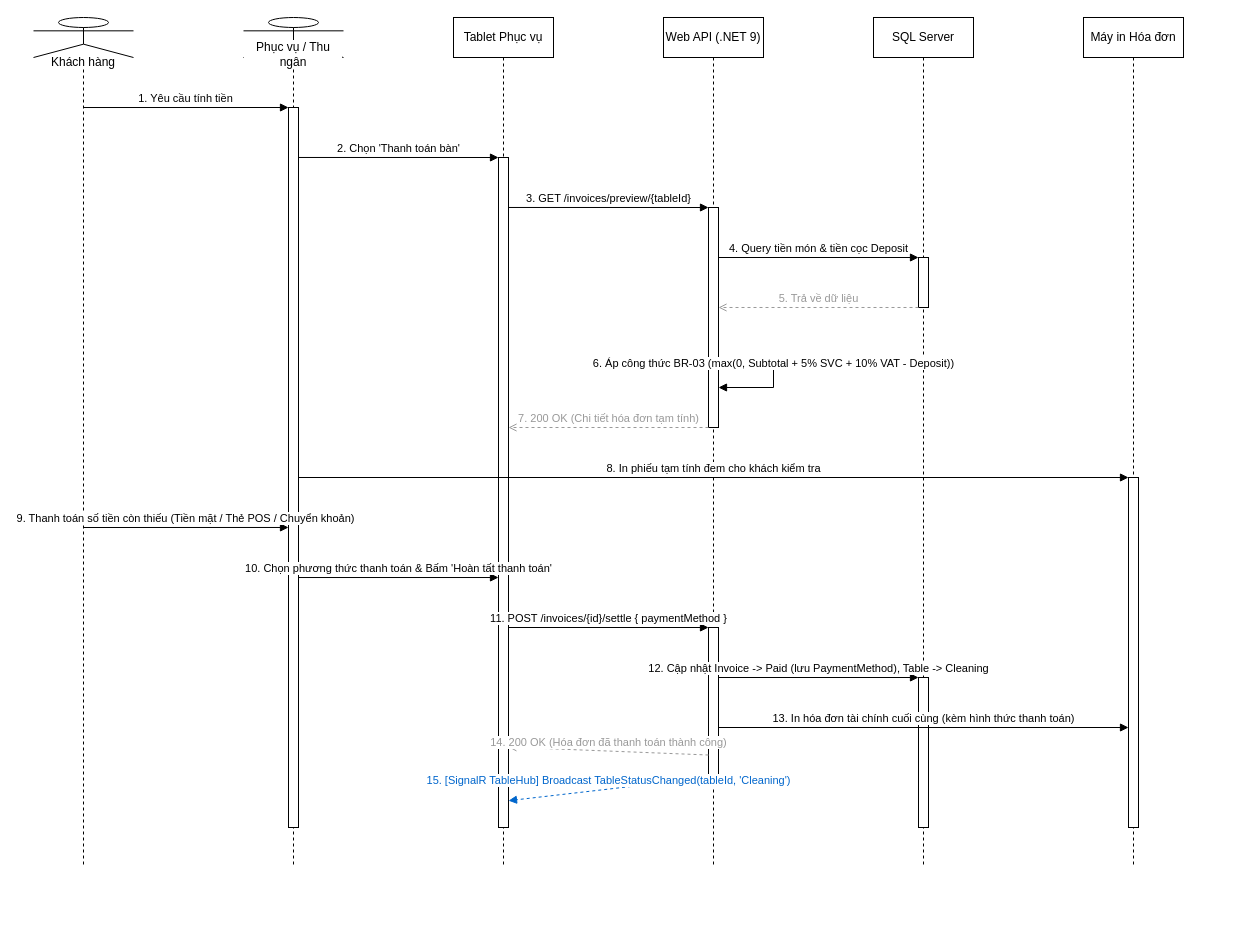
AndrewQng/VinDining keeps this draw.io diagram as docs/phase1/drawio/sd04_invoice_settlement.drawio. Above is the earlier version. Source tidied: cells renumbered, new cells numbered last; positions are measured from the earlier drawing's top-left corner, leaving out a move shared by most shapes. Both pictures are drawn from the tidied source at 100%, with x=0, y=0 at pixel (33, 17).
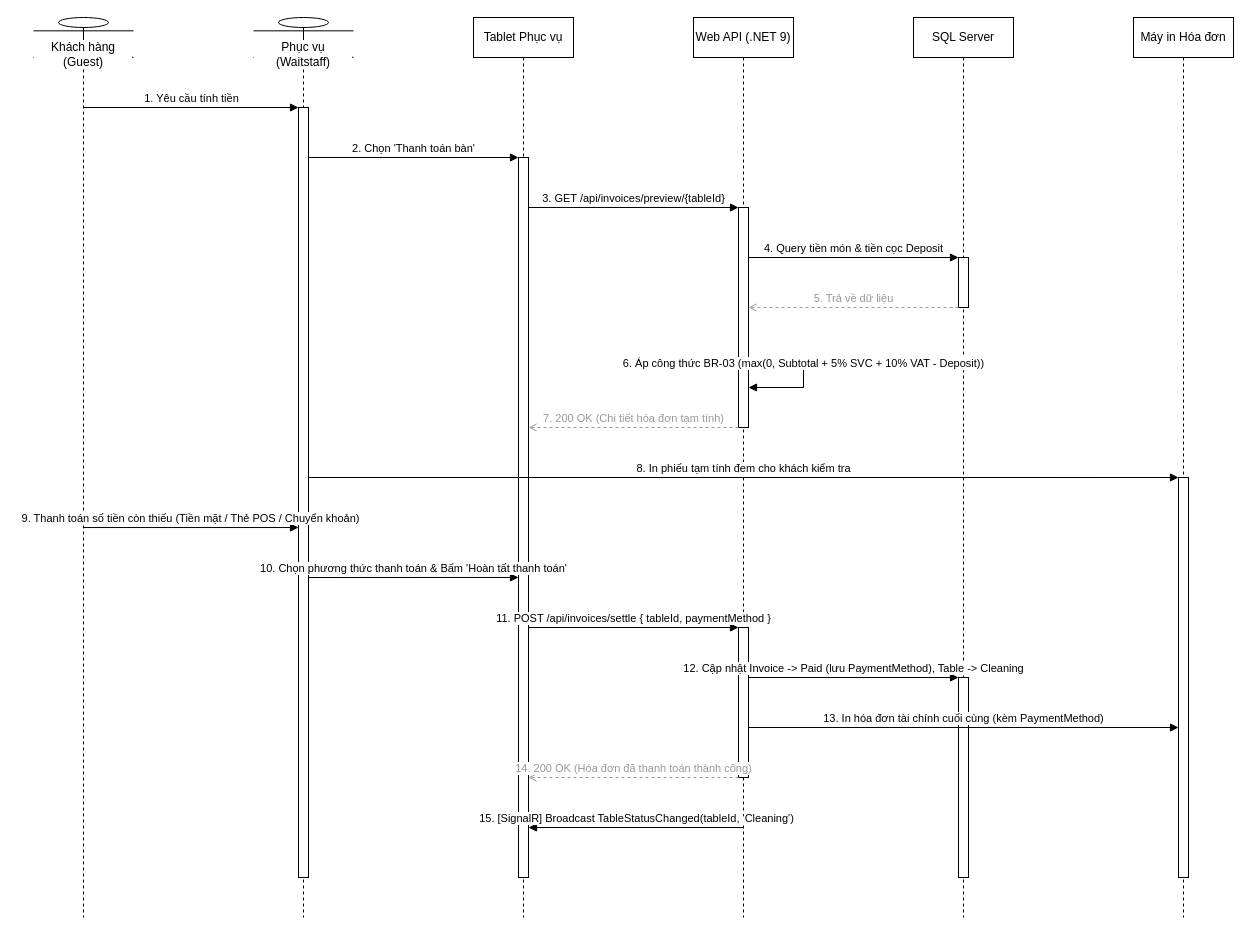
Above is the later version.

Unchanged cells that the change refers to:
```xml
<mxCell id="9" style="html=1;points=[];perimeter=orthogonalPerimeter;outlineConnect=0;fillColor=#ffffff;" parent="5" vertex="1">
  <mxGeometry x="45" y="190" width="10" height="220" as="geometry" />
</mxCell>
<mxCell id="10" style="html=1;points=[];perimeter=orthogonalPerimeter;outlineConnect=0;fillColor=#ffffff;" parent="5" vertex="1">
  <mxGeometry x="45" y="610" width="10" height="150" as="geometry" />
</mxCell>
```

What changed in the source:
```diff
@@
-    <mxCell id="2" value="Khách hàng" style="shape=umlLifeline;perimeter=lifelinePerimeter;whiteSpace=wrap;html=1;outlineConnect=0;portConstraint=eastwest;size=40;participant=umlActor;verticalAlign=bottom;spacingBottom=-14;labelBackgroundColor=#ffffff;" parent="1" vertex="1">
-      <mxGeometry width="100" height="850" as="geometry" />
+    <mxCell id="2" value="Khách hàng (Guest)" style="shape=umlLifeline;perimeter=lifelinePerimeter;whiteSpace=wrap;html=1;outlineConnect=0;portConstraint=eastwest;size=40;participant=umlActor;verticalAlign=bottom;spacingBottom=-14;labelBackgroundColor=#ffffff;" parent="1" vertex="1">
+      <mxGeometry width="100" height="900" as="geometry" />
     </mxCell>
-    <mxCell id="3" value="Phục vụ / Thu ngân" style="shape=umlLifeline;perimeter=lifelinePerimeter;whiteSpace=wrap;html=1;size=40;participant=umlActor;verticalAlign=bottom;spacingBottom=-14;labelBackgroundColor=#ffffff;" parent="1" vertex="1">
-      <mxGeometry x="210" width="100" height="850" as="geometry" />
+    <mxCell id="3" value="Phục vụ (Waitstaff)" style="shape=umlLifeline;perimeter=lifelinePerimeter;whiteSpace=wrap;html=1;size=40;participant=umlActor;verticalAlign=bottom;spacingBottom=-14;labelBackgroundColor=#ffffff;" parent="1" vertex="1">
+      <mxGeometry x="220" width="100" height="900" as="geometry" />
     </mxCell>
     <mxCell id="4" value="Tablet Phục vụ" style="shape=umlLifeline;perimeter=lifelinePerimeter;whiteSpace=wrap;html=1;size=40;" parent="1" vertex="1">
-      <mxGeometry x="420" width="100" height="850" as="geometry" />
+      <mxGeometry x="440" width="100" height="900" as="geometry" />
     </mxCell>
     <mxCell id="5" value="Web API (.NET 9)" style="shape=umlLifeline;perimeter=lifelinePerimeter;whiteSpace=wrap;html=1;outlineConnect=0;portConstraint=eastwest;size=40;" parent="1" vertex="1">
-      <mxGeometry x="630" width="100" height="850" as="geometry" />
+      <mxGeometry x="660" width="100" height="900" as="geometry" />
     </mxCell>
     <mxCell id="6" value="SQL Server" style="shape=umlLifeline;perimeter=lifelinePerimeter;whiteSpace=wrap;html=1;size=40;" parent="1" vertex="1">
-      <mxGeometry x="840" width="100" height="850" as="geometry" />
+      <mxGeometry x="880" width="100" height="900" as="geometry" />
     </mxCell>
     <mxCell id="7" value="Máy in Hóa đơn" style="shape=umlLifeline;perimeter=lifelinePerimeter;whiteSpace=wrap;html=1;size=40;" parent="1" vertex="1">
-      <mxGeometry x="1050" width="100" height="850" as="geometry" />
+      <mxGeometry x="1100" width="100" height="900" as="geometry" />
     </mxCell>
@@
     <mxCell id="11" style="html=1;points=[];perimeter=orthogonalPerimeter;outlineConnect=0;fillColor=#ffffff;" parent="3" vertex="1">
-      <mxGeometry x="45" y="90" width="10" height="720" as="geometry" />
+      <mxGeometry x="45" y="90" width="10" height="770" as="geometry" />
     </mxCell>
     <mxCell id="12" style="html=1;points=[];perimeter=orthogonalPerimeter;outlineConnect=0;fillColor=#ffffff;" parent="4" vertex="1">
-      <mxGeometry x="45" y="140" width="10" height="670" as="geometry" />
+      <mxGeometry x="45" y="140" width="10" height="720" as="geometry" />
     </mxCell>
     <mxCell id="13" style="html=1;points=[];perimeter=orthogonalPerimeter;outlineConnect=0;fillColor=#ffffff;" parent="7" vertex="1">
-      <mxGeometry x="45" y="460" width="10" height="350" as="geometry" />
+      <mxGeometry x="45" y="460" width="10" height="400" as="geometry" />
     </mxCell>
     <mxCell id="14" style="html=1;points=[];perimeter=orthogonalPerimeter;outlineConnect=0;fillColor=#ffffff;" parent="6" vertex="1">
-      <mxGeometry x="45" y="660" width="10" height="150" as="geometry" />
+      <mxGeometry x="45" y="660" width="10" height="200" as="geometry" />
     </mxCell>
-    <mxCell id="15" value="1. Yêu cầu tính tiền" style="html=1;verticalAlign=bottom;endArrow=block;curved=0;rounded=0;exitX=0.5;exitY=0.1059;entryX=0;entryY=0.0;" parent="1" edge="1" source="2" target="11">
+    <mxCell id="15" value="1. Yêu cầu tính tiền" style="html=1;verticalAlign=bottom;endArrow=block;curved=0;rounded=0;exitX=0.5;exitY=0.1;entryX=0;entryY=0.0;" parent="1" edge="1" source="2" target="11">
       <mxGeometry relative="1" as="geometry" />
     </mxCell>
-    <mxCell id="16" value="2. Chọn 'Thanh toán bàn'" style="html=1;verticalAlign=bottom;endArrow=block;curved=0;rounded=0;exitX=1;exitY=0.0694;entryX=0;entryY=0.0;" parent="1" edge="1" source="11" target="12">
+    <mxCell id="16" value="2. Chọn 'Thanh toán bàn'" style="html=1;verticalAlign=bottom;endArrow=block;curved=0;rounded=0;exitX=1;exitY=0.0649;entryX=0;entryY=0.0;" parent="1" edge="1" source="11" target="12">
       <mxGeometry relative="1" as="geometry" />
     </mxCell>
-    <mxCell id="17" value="3. GET /invoices/preview/{tableId}" style="html=1;verticalAlign=bottom;endArrow=block;curved=0;rounded=0;exitX=1;exitY=0.0746;entryX=0;entryY=0.0;" parent="1" edge="1" source="12" target="9">
+    <mxCell id="17" value="3. GET /api/invoices/preview/{tableId}" style="html=1;verticalAlign=bottom;endArrow=block;curved=0;rounded=0;exitX=1;exitY=0.0694;entryX=0;entryY=0.0;" parent="1" edge="1" source="12" target="9">
       <mxGeometry relative="1" as="geometry" />
     </mxCell>
@@
     <mxCell id="20" value="6. Áp công thức BR-03 (max(0, Subtotal + 5% SVC + 10% VAT - Deposit))" style="html=1;verticalAlign=bottom;endArrow=block;curved=0;rounded=0;exitX=1;exitY=0.6818;entryX=1;entryY=0.8182;" parent="1" edge="1" source="9" target="9">
       <mxGeometry relative="1" as="geometry">
         <Array as="points">
-          <mxPoint x="740" y="340" />
-          <mxPoint x="740" y="370" />
+          <mxPoint x="770" y="340" />
+          <mxPoint x="770" y="370" />
         </Array>
       </mxGeometry>
     </mxCell>
-    <mxCell id="21" value="7. 200 OK (Chi tiết hóa đơn tạm tính)" style="html=1;verticalAlign=bottom;endArrow=open;dashed=1;curved=0;rounded=0;strokeColor=#999999;fontColor=#999999;exitX=0;exitY=1.0;entryX=1;entryY=0.403;" parent="1" edge="1" source="9" target="12">
+    <mxCell id="21" value="7. 200 OK (Chi tiết hóa đơn tạm tính)" style="html=1;verticalAlign=bottom;endArrow=open;dashed=1;curved=0;rounded=0;strokeColor=#999999;fontColor=#999999;exitX=0;exitY=1.0;entryX=1;entryY=0.375;" parent="1" edge="1" source="9" target="12">
       <mxGeometry relative="1" as="geometry" />
     </mxCell>
-    <mxCell id="22" value="8. In phiếu tạm tính đem cho khách kiểm tra" style="html=1;verticalAlign=bottom;endArrow=block;curved=0;rounded=0;exitX=1;exitY=0.5139;entryX=0;entryY=0.0;" parent="1" edge="1" source="11" target="13">
+    <mxCell id="22" value="8. In phiếu tạm tính đem cho khách kiểm tra" style="html=1;verticalAlign=bottom;endArrow=block;curved=0;rounded=0;exitX=1;exitY=0.4805;entryX=0;entryY=0.0;" parent="1" edge="1" source="11" target="13">
       <mxGeometry relative="1" as="geometry" />
     </mxCell>
-    <mxCell id="23" value="9. Thanh toán số tiền còn thiếu (Tiền mặt / Thẻ POS / Chuyển khoản)" style="html=1;verticalAlign=bottom;endArrow=block;curved=0;rounded=0;exitX=0.5;exitY=0.6;entryX=0;entryY=0.5833;" parent="1" edge="1" source="2" target="11">
+    <mxCell id="23" value="9. Thanh toán số tiền còn thiếu (Tiền mặt / Thẻ POS / Chuyển khoản)" style="html=1;verticalAlign=bottom;endArrow=block;curved=0;rounded=0;exitX=0.5;exitY=0.5667;entryX=0;entryY=0.5455;" parent="1" edge="1" source="2" target="11">
       <mxGeometry relative="1" as="geometry" />
     </mxCell>
-    <mxCell id="24" value="10. Chọn phương thức thanh toán &amp; Bấm 'Hoàn tất thanh toán'" style="html=1;verticalAlign=bottom;endArrow=block;curved=0;rounded=0;exitX=1;exitY=0.6528;entryX=0;entryY=0.6269;" parent="1" edge="1" source="11" target="12">
+    <mxCell id="24" value="10. Chọn phương thức thanh toán &amp; Bấm 'Hoàn tất thanh toán'" style="html=1;verticalAlign=bottom;endArrow=block;curved=0;rounded=0;exitX=1;exitY=0.6104;entryX=0;entryY=0.5833;" parent="1" edge="1" source="11" target="12">
       <mxGeometry relative="1" as="geometry" />
     </mxCell>
-    <mxCell id="25" value="11. POST /invoices/{id}/settle { paymentMethod }" style="html=1;verticalAlign=bottom;endArrow=block;curved=0;rounded=0;exitX=1;exitY=0.7015;entryX=0;entryY=0.0;" parent="1" edge="1" source="12" target="10">
+    <mxCell id="25" value="11. POST /api/invoices/settle { tableId, paymentMethod }" style="html=1;verticalAlign=bottom;endArrow=block;curved=0;rounded=0;exitX=1;exitY=0.6528;entryX=0;entryY=0.0;" parent="1" edge="1" source="12" target="10">
       <mxGeometry relative="1" as="geometry" />
     </mxCell>
@@
-    <mxCell id="27" value="13. In hóa đơn tài chính cuối cùng (kèm hình thức thanh toán)" style="html=1;verticalAlign=bottom;endArrow=block;curved=0;rounded=0;exitX=1;exitY=0.6667;entryX=0;entryY=0.7143;" parent="1" edge="1" source="10" target="13">
+    <mxCell id="27" value="13. In hóa đơn tài chính cuối cùng (kèm PaymentMethod)" style="html=1;verticalAlign=bottom;endArrow=block;curved=0;rounded=0;exitX=1;exitY=0.6667;entryX=0;entryY=0.625;" parent="1" edge="1" source="10" target="13">
       <mxGeometry relative="1" as="geometry" />
     </mxCell>
-    <mxCell id="28" value="14. 200 OK (Hóa đơn đã thanh toán thành công)" style="html=1;verticalAlign=bottom;endArrow=open;dashed=1;curved=0;rounded=0;strokeColor=#999999;fontColor=#999999;exitX=0;exitY=0.85;entryX=1;entryY=0.88;" parent="1" edge="1" source="10" target="12">
+    <mxCell id="28" value="14. 200 OK (Hóa đơn đã thanh toán thành công)" style="html=1;verticalAlign=bottom;endArrow=open;dashed=1;curved=0;rounded=0;strokeColor=#999999;fontColor=#999999;exitX=0;exitY=1.0;entryX=1;entryY=0.8611;" parent="1" edge="1" source="10" target="12">
       <mxGeometry relative="1" as="geometry" />
     </mxCell>
-    <mxCell id="29" value="15. [SignalR TableHub] Broadcast TableStatusChanged(tableId, 'Cleaning')" style="html=1;verticalAlign=bottom;endArrow=block;dashed=1;curved=0;rounded=0;strokeColor=#0066cc;fontColor=#0066cc;exitX=0;exitY=1.0;entryX=1;entryY=0.96;" parent="1" edge="1" source="10" target="12">
+    <mxCell id="29" value="15. [SignalR] Broadcast TableStatusChanged(tableId, 'Cleaning')" style="html=1;verticalAlign=bottom;endArrow=block;curved=0;rounded=0;exitX=0.5;exitY=0.9;entryX=1;entryY=0.9306;" parent="1" edge="1" source="5" target="12">
       <mxGeometry relative="1" as="geometry" />
     </mxCell>
```
